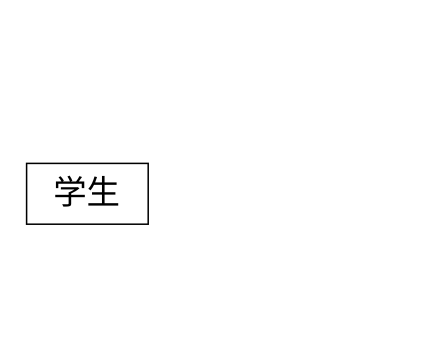
This is 未命名绘图.drawio from lyb040701/draw, a draw.io file, before an edit. Source tidied: cells renumbered, new cells numbered last; positions are measured from the earlier drawing's top-left corner, leaving out a move shared by most shapes. Both pictures are drawn from the tidied source at 152%, with x=0, y=0 at pixel (26, 163).
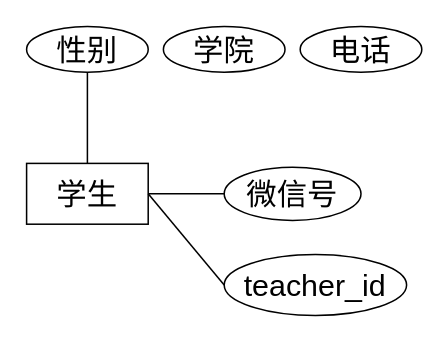
Above is the later version.

Commit message:
更新未命名绘图.drawio

Change to the diagram source:
```diff
@@
 <mxGraphModel>
   <root>
     <mxCell id="0" />
     <mxCell id="1" parent="0" />
-    <mxCell id="2" value="&lt;font style=&quot;font-size: 22px;&quot;&gt;学生&lt;/font&gt;" style="rounded=0;whiteSpace=wrap;html=1;" parent="1" vertex="1">
+    <mxCell id="2" value="&lt;font style=&quot;font-size: 20px;&quot;&gt;学生&lt;/font&gt;" style="rounded=0;whiteSpace=wrap;html=1;" parent="1" vertex="1">
       <mxGeometry width="80" height="40" as="geometry" />
     </mxCell>
+    <mxCell id="3" style="endArrow=none;html=1;rounded=0;" parent="1" edge="1" target="4">
+      <mxGeometry relative="1" as="geometry">
+        <mxPoint x="80" y="20" as="sourcePoint" />
+      </mxGeometry>
+    </mxCell>
+    <mxCell id="4" value="&lt;font style=&quot;font-size: 20px;&quot;&gt;微信号&lt;/font&gt;" style="ellipse;whiteSpace=wrap;html=1;" parent="1" vertex="1">
+      <mxGeometry x="130" y="2.5" width="90" height="35" as="geometry" />
+    </mxCell>
+    <mxCell id="5" style="rounded=0;jettySize=auto;html=1;exitX=0;exitY=0.5;exitDx=0;exitDy=0;entryX=1;entryY=0.5;entryDx=0;entryDy=0;endArrow=none;endFill=0;" parent="1" edge="1" source="6" target="2">
+      <mxGeometry relative="1" as="geometry" />
+    </mxCell>
+    <mxCell id="6" value="&lt;font style=&quot;font-size: 20px;&quot;&gt;teacher_id&lt;/font&gt;" style="ellipse;whiteSpace=wrap;html=1;" parent="1" vertex="1">
+      <mxGeometry x="130" y="60" width="120" height="40" as="geometry" />
+    </mxCell>
+    <mxCell id="7" style="edgeStyle=orthogonalEdgeStyle;rounded=0;jettySize=auto;html=1;exitX=0.5;exitY=1;exitDx=0;exitDy=0;entryX=0.5;entryY=0;entryDx=0;entryDy=0;endArrow=none;endFill=0;" parent="1" edge="1" source="8" target="2">
+      <mxGeometry relative="1" as="geometry" />
+    </mxCell>
+    <mxCell id="8" value="&lt;span style=&quot;font-size: 20px;&quot;&gt;性别&lt;/span&gt;" style="ellipse;whiteSpace=wrap;html=1;" parent="1" vertex="1">
+      <mxGeometry y="-90" width="80" height="30" as="geometry" />
+    </mxCell>
+    <mxCell id="9" value="&lt;span style=&quot;font-size: 20px;&quot;&gt;学院&lt;/span&gt;" style="ellipse;whiteSpace=wrap;html=1;" parent="1" vertex="1">
+      <mxGeometry x="90" y="-90" width="80" height="30" as="geometry" />
+    </mxCell>
+    <mxCell id="10" value="&lt;span style=&quot;font-size: 20px;&quot;&gt;电话&lt;/span&gt;" style="ellipse;whiteSpace=wrap;html=1;" parent="1" vertex="1">
+      <mxGeometry x="180" y="-90" width="80" height="30" as="geometry" />
+    </mxCell>
   </root>
 </mxGraphModel>
```
